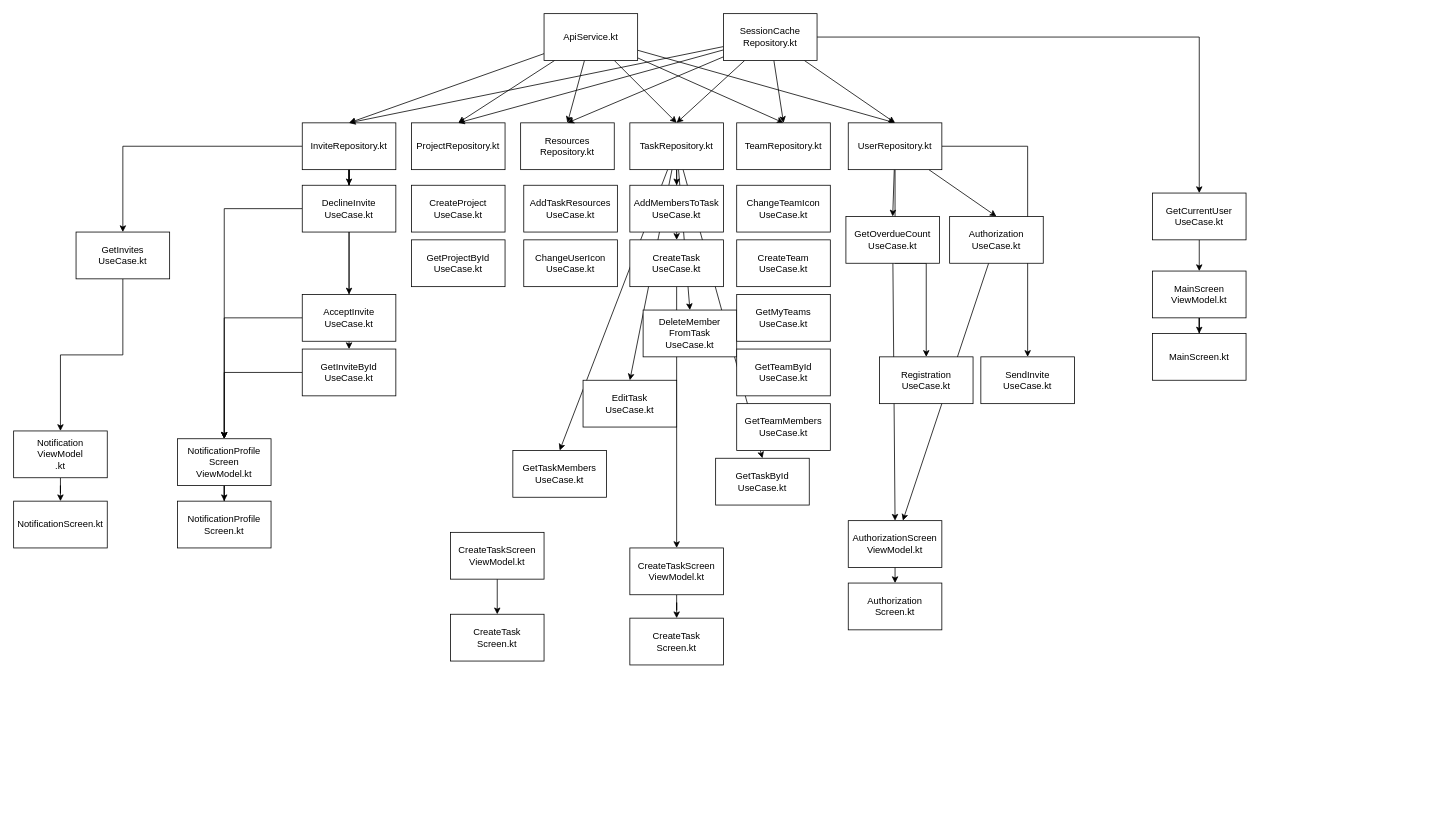
This is UseCase.drawio from ShemenV/TicktMobile, a draw.io file, before an edit. Source tidied: cells renumbered, new cells numbered last; positions are measured from the earlier drawing's top-left corner, leaving out a move shared by most shapes. Both pictures are drawn from the tidied source at 78%, with x=0, y=0 at pixel (13, 13).
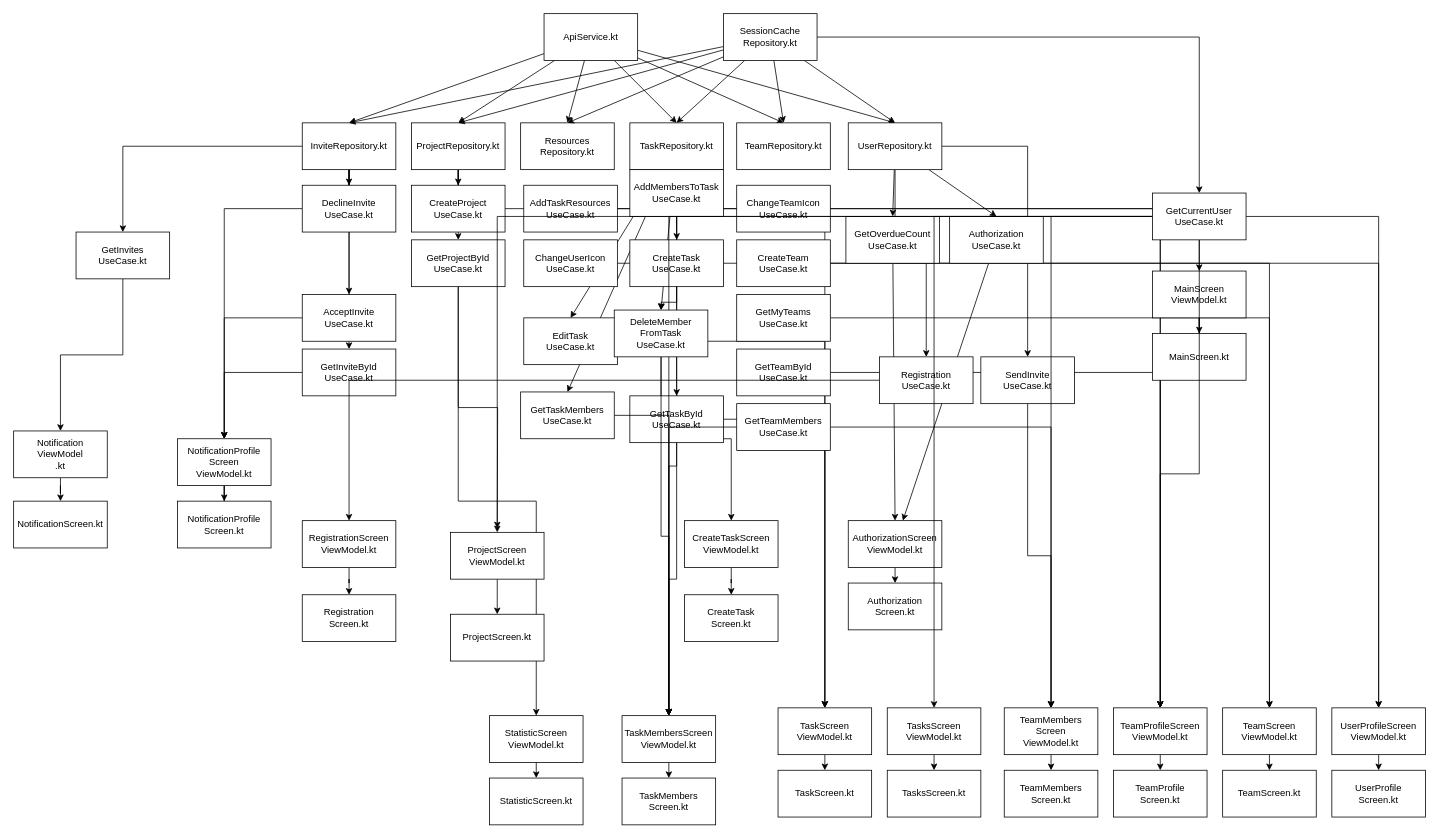
After the change.

Unchanged cells that the change refers to:
```xml
<mxCell id="14" value="ProjectRepository.kt" style="rounded=0;whiteSpace=wrap;html=1;" parent="1" vertex="1">
  <mxGeometry x="510" y="140" width="120" height="60" as="geometry" />
</mxCell>
<mxCell id="46" value="&lt;div&gt;CreateProject&lt;/div&gt;&lt;div&gt;UseCase.kt&lt;/div&gt;" style="rounded=0;whiteSpace=wrap;html=1;" parent="1" vertex="1">
  <mxGeometry x="510" y="220" width="120" height="60" as="geometry" />
</mxCell>
<mxCell id="47" value="&lt;div&gt;GetProjectById&lt;/div&gt;&lt;div&gt;UseCase.kt&lt;/div&gt;" style="rounded=0;whiteSpace=wrap;html=1;" parent="1" vertex="1">
  <mxGeometry x="510" y="290" width="120" height="60" as="geometry" />
</mxCell>
<mxCell id="48" value="&lt;div&gt;AddTaskResources&lt;/div&gt;&lt;div&gt;UseCase.kt&lt;/div&gt;" style="rounded=0;whiteSpace=wrap;html=1;" parent="1" vertex="1">
  <mxGeometry x="654" y="220" width="120" height="60" as="geometry" />
</mxCell>
<mxCell id="49" value="&lt;div&gt;ChangeUserIcon&lt;/div&gt;&lt;div&gt;UseCase.kt&lt;/div&gt;" style="rounded=0;whiteSpace=wrap;html=1;" parent="1" vertex="1">
  <mxGeometry x="654" y="290" width="120" height="60" as="geometry" />
</mxCell>
<mxCell id="52" value="&lt;div&gt;CreateTask&lt;/div&gt;&lt;div&gt;UseCase.kt&lt;/div&gt;" style="rounded=0;whiteSpace=wrap;html=1;" parent="1" vertex="1">
  <mxGeometry x="790" y="290" width="120" height="60" as="geometry" />
</mxCell>
<mxCell id="57" value="&lt;div&gt;ChangeTeamIcon&lt;/div&gt;&lt;div&gt;UseCase.kt&lt;/div&gt;" style="rounded=0;whiteSpace=wrap;html=1;" parent="1" vertex="1">
  <mxGeometry x="927" y="220" width="120" height="60" as="geometry" />
</mxCell>
<mxCell id="58" value="&lt;div&gt;CreateTeam&lt;/div&gt;&lt;div&gt;UseCase.kt&lt;/div&gt;" style="rounded=0;whiteSpace=wrap;html=1;" parent="1" vertex="1">
  <mxGeometry x="927" y="290" width="120" height="60" as="geometry" />
</mxCell>
<mxCell id="59" value="&lt;div&gt;GetMyTeams&lt;/div&gt;&lt;div&gt;UseCase.kt&lt;/div&gt;" style="rounded=0;whiteSpace=wrap;html=1;" parent="1" vertex="1">
  <mxGeometry x="927" y="360" width="120" height="60" as="geometry" />
</mxCell>
<mxCell id="60" value="&lt;div&gt;GetTeamById&lt;/div&gt;&lt;div&gt;UseCase.kt&lt;/div&gt;" style="rounded=0;whiteSpace=wrap;html=1;" parent="1" vertex="1">
  <mxGeometry x="927" y="430" width="120" height="60" as="geometry" />
</mxCell>
<mxCell id="61" value="&lt;div&gt;GetTeamMembers&lt;/div&gt;&lt;div&gt;UseCase.kt&lt;/div&gt;" style="rounded=0;whiteSpace=wrap;html=1;" parent="1" vertex="1">
  <mxGeometry x="927" y="500" width="120" height="60" as="geometry" />
</mxCell>
<mxCell id="64" value="&lt;div&gt;SendInvite&lt;/div&gt;&lt;div&gt;UseCase.kt&lt;/div&gt;" style="rounded=0;whiteSpace=wrap;html=1;" parent="1" vertex="1">
  <mxGeometry x="1240" y="440" width="120" height="60" as="geometry" />
</mxCell>
<mxCell id="67" value="&lt;div&gt;Registration&lt;/div&gt;&lt;div&gt;UseCase.kt&lt;/div&gt;" style="rounded=0;whiteSpace=wrap;html=1;" parent="1" vertex="1">
  <mxGeometry x="1110" y="440" width="120" height="60" as="geometry" />
</mxCell>
<mxCell id="78" value="&lt;div&gt;GetCurrentUser&lt;/div&gt;&lt;div&gt;UseCase.kt&lt;/div&gt;" style="rounded=0;whiteSpace=wrap;html=1;" parent="1" vertex="1">
  <mxGeometry x="1460" y="230" width="120" height="60" as="geometry" />
</mxCell>
```

Diff of the diagram source:
```diff
@@
+    <mxCell id="88" style="edgeStyle=orthogonalEdgeStyle;rounded=0;jettySize=auto;html=1;entryX=0.5;entryY=0;entryDx=0;entryDy=0;" parent="1" edge="1" source="14" target="46">
+      <mxGeometry relative="1" as="geometry" />
+    </mxCell>
+    <mxCell id="89" style="edgeStyle=orthogonalEdgeStyle;rounded=0;jettySize=auto;html=1;entryX=0.5;entryY=0;entryDx=0;entryDy=0;" parent="1" edge="1" source="14" target="47">
+      <mxGeometry relative="1" as="geometry" />
+    </mxCell>
@@
+    <mxCell id="90" style="edgeStyle=orthogonalEdgeStyle;rounded=0;jettySize=auto;html=1;entryX=0.5;entryY=0;entryDx=0;entryDy=0;" parent="1" edge="1" source="46" target="135">
+      <mxGeometry relative="1" as="geometry" />
+    </mxCell>
@@
+    <mxCell id="91" style="edgeStyle=orthogonalEdgeStyle;rounded=0;jettySize=auto;html=1;" parent="1" edge="1" source="47">
+      <mxGeometry relative="1" as="geometry">
+        <mxPoint x="620" y="660" as="targetPoint" />
+      </mxGeometry>
+    </mxCell>
+    <mxCell id="92" style="edgeStyle=orthogonalEdgeStyle;rounded=0;jettySize=auto;html=1;entryX=0.5;entryY=0;entryDx=0;entryDy=0;" parent="1" edge="1" source="47" target="118">
+      <mxGeometry relative="1" as="geometry" />
+    </mxCell>
@@
+    <mxCell id="93" style="edgeStyle=orthogonalEdgeStyle;rounded=0;jettySize=auto;html=1;entryX=0.5;entryY=0;entryDx=0;entryDy=0;" parent="1" edge="1" source="48" target="124">
+      <mxGeometry relative="1" as="geometry" />
+    </mxCell>
@@
+    <mxCell id="94" style="edgeStyle=orthogonalEdgeStyle;rounded=0;jettySize=auto;html=1;entryX=0.5;entryY=0;entryDx=0;entryDy=0;" parent="1" edge="1" source="49" target="141">
+      <mxGeometry relative="1" as="geometry" />
+    </mxCell>
@@
+    <mxCell id="95" style="edgeStyle=orthogonalEdgeStyle;rounded=0;jettySize=auto;html=1;entryX=0.5;entryY=0;entryDx=0;entryDy=0;" parent="1" edge="1" source="50" target="121">
+      <mxGeometry relative="1" as="geometry" />
+    </mxCell>
     <mxCell id="50" value="&lt;div&gt;AddMembersToTask&lt;/div&gt;&lt;div&gt;UseCase.kt&lt;/div&gt;" style="rounded=0;whiteSpace=wrap;html=1;" parent="1" vertex="1">
-      <mxGeometry x="790" y="220" width="120" height="60" as="geometry" />
+      <mxGeometry x="790" y="200" width="120" height="60" as="geometry" />
     </mxCell>
-    <mxCell id="51" style="edgeStyle=orthogonalEdgeStyle;rounded=0;jettySize=auto;html=1;entryX=0.5;entryY=0;entryDx=0;entryDy=0;" parent="1" edge="1" source="52" target="72">
+    <mxCell id="51" style="edgeStyle=orthogonalEdgeStyle;rounded=0;jettySize=auto;html=1;entryX=0.5;entryY=0;entryDx=0;entryDy=0;" parent="1" edge="1" source="53" target="72">
       <mxGeometry relative="1" as="geometry" />
     </mxCell>
@@
-    <mxCell id="53" value="&lt;div&gt;DeleteMember&lt;/div&gt;&lt;div&gt;FromTask&lt;/div&gt;&lt;div&gt;UseCase.kt&lt;/div&gt;" style="rounded=0;whiteSpace=wrap;html=1;" parent="1" vertex="1">
-      <mxGeometry x="807" y="380" width="120" height="60" as="geometry" />
-    </mxCell>
+    <mxCell id="96" style="edgeStyle=orthogonalEdgeStyle;rounded=0;jettySize=auto;html=1;entryX=0.5;entryY=0;entryDx=0;entryDy=0;" parent="1" edge="1" source="54" target="124">
+      <mxGeometry relative="1" as="geometry" />
+    </mxCell>
     <mxCell id="54" value="&lt;div&gt;EditTask&lt;/div&gt;&lt;div&gt;UseCase.kt&lt;/div&gt;" style="rounded=0;whiteSpace=wrap;html=1;" parent="1" vertex="1">
-      <mxGeometry x="730" y="470" width="120" height="60" as="geometry" />
+      <mxGeometry x="654" y="390" width="120" height="60" as="geometry" />
     </mxCell>
+    <mxCell id="97" style="edgeStyle=orthogonalEdgeStyle;rounded=0;jettySize=auto;html=1;entryX=0.5;entryY=0;entryDx=0;entryDy=0;" parent="1" edge="1" source="55" target="121">
+      <mxGeometry relative="1" as="geometry" />
+    </mxCell>
+    <mxCell id="98" style="edgeStyle=orthogonalEdgeStyle;rounded=0;jettySize=auto;html=1;entryX=0.5;entryY=0;entryDx=0;entryDy=0;" parent="1" edge="1" source="55" target="124">
+      <mxGeometry relative="1" as="geometry" />
+    </mxCell>
     <mxCell id="55" value="&lt;div&gt;GetTaskById&lt;/div&gt;&lt;div&gt;UseCase.kt&lt;/div&gt;" style="rounded=0;whiteSpace=wrap;html=1;" parent="1" vertex="1">
-      <mxGeometry x="900" y="570" width="120" height="60" as="geometry" />
+      <mxGeometry x="790" y="490" width="120" height="60" as="geometry" />
     </mxCell>
+    <mxCell id="99" style="edgeStyle=orthogonalEdgeStyle;rounded=0;jettySize=auto;html=1;entryX=0.5;entryY=0;entryDx=0;entryDy=0;" parent="1" edge="1" source="56" target="121">
+      <mxGeometry relative="1" as="geometry" />
+    </mxCell>
     <mxCell id="56" value="&lt;div&gt;GetTaskMembers&lt;/div&gt;&lt;div&gt;UseCase.kt&lt;/div&gt;" style="rounded=0;whiteSpace=wrap;html=1;" parent="1" vertex="1">
-      <mxGeometry x="640" y="560" width="120" height="60" as="geometry" />
+      <mxGeometry x="650" y="485" width="120" height="60" as="geometry" />
     </mxCell>
+    <mxCell id="100" style="edgeStyle=orthogonalEdgeStyle;rounded=0;jettySize=auto;html=1;entryX=0.5;entryY=0;entryDx=0;entryDy=0;" parent="1" edge="1" source="57" target="135">
+      <mxGeometry relative="1" as="geometry" />
+    </mxCell>
@@
+    <mxCell id="101" style="edgeStyle=orthogonalEdgeStyle;rounded=0;jettySize=auto;html=1;entryX=0.5;entryY=0;entryDx=0;entryDy=0;" parent="1" edge="1" source="58" target="138">
+      <mxGeometry relative="1" as="geometry" />
+    </mxCell>
@@
+    <mxCell id="102" style="edgeStyle=orthogonalEdgeStyle;rounded=0;jettySize=auto;html=1;entryX=0.5;entryY=0;entryDx=0;entryDy=0;" parent="1" edge="1" source="59" target="138">
+      <mxGeometry relative="1" as="geometry" />
+    </mxCell>
@@
+    <mxCell id="103" style="edgeStyle=orthogonalEdgeStyle;rounded=0;jettySize=auto;html=1;entryX=0.5;entryY=0;entryDx=0;entryDy=0;" parent="1" edge="1" source="60" target="135">
+      <mxGeometry relative="1" as="geometry" />
+    </mxCell>
@@
+    <mxCell id="104" style="edgeStyle=orthogonalEdgeStyle;rounded=0;jettySize=auto;html=1;entryX=0.5;entryY=0;entryDx=0;entryDy=0;" parent="1" edge="1" source="61" target="121">
+      <mxGeometry relative="1" as="geometry" />
+    </mxCell>
+    <mxCell id="105" style="edgeStyle=orthogonalEdgeStyle;rounded=0;jettySize=auto;html=1;entryX=0.5;entryY=0;entryDx=0;entryDy=0;" parent="1" edge="1" source="61" target="132">
+      <mxGeometry relative="1" as="geometry" />
+    </mxCell>
@@
+    <mxCell id="106" style="edgeStyle=orthogonalEdgeStyle;rounded=0;jettySize=auto;html=1;entryX=0.5;entryY=0;entryDx=0;entryDy=0;" parent="1" edge="1" source="64" target="132">
+      <mxGeometry relative="1" as="geometry" />
+    </mxCell>
@@
+    <mxCell id="107" style="edgeStyle=orthogonalEdgeStyle;rounded=0;jettySize=auto;html=1;entryX=0.5;entryY=0;entryDx=0;entryDy=0;" parent="1" edge="1" source="67" target="115">
+      <mxGeometry relative="1" as="geometry" />
+    </mxCell>
@@
     <mxCell id="72" value="&lt;div&gt;CreateTaskScreen&lt;/div&gt;&lt;div&gt;ViewModel.kt&lt;/div&gt;" style="rounded=0;whiteSpace=wrap;html=1;" parent="1" vertex="1">
-      <mxGeometry x="790" y="685" width="120" height="60" as="geometry" />
+      <mxGeometry x="860" y="650" width="120" height="60" as="geometry" />
     </mxCell>
     <mxCell id="73" value="&lt;div&gt;CreateTask&lt;/div&gt;&lt;div&gt;Screen.kt&lt;/div&gt;" style="whiteSpace=wrap;html=1;rounded=0;" parent="1" vertex="1">
-      <mxGeometry x="790" y="775" width="120" height="60" as="geometry" />
+      <mxGeometry x="860" y="745" width="120" height="60" as="geometry" />
     </mxCell>
@@
+    <mxCell id="108" style="edgeStyle=orthogonalEdgeStyle;rounded=0;jettySize=auto;html=1;entryX=0.5;entryY=0;entryDx=0;entryDy=0;" parent="1" edge="1" source="78" target="83">
+      <mxGeometry relative="1" as="geometry" />
+    </mxCell>
+    <mxCell id="109" style="edgeStyle=orthogonalEdgeStyle;rounded=0;jettySize=auto;html=1;entryX=0.5;entryY=0;entryDx=0;entryDy=0;" parent="1" edge="1" source="78" target="121">
+      <mxGeometry relative="1" as="geometry" />
+    </mxCell>
+    <mxCell id="110" style="edgeStyle=orthogonalEdgeStyle;rounded=0;jettySize=auto;html=1;entryX=0.5;entryY=0;entryDx=0;entryDy=0;" parent="1" edge="1" source="78" target="129">
+      <mxGeometry relative="1" as="geometry" />
+    </mxCell>
+    <mxCell id="111" style="edgeStyle=orthogonalEdgeStyle;rounded=0;jettySize=auto;html=1;entryX=0.5;entryY=0;entryDx=0;entryDy=0;" parent="1" edge="1" source="78" target="132">
+      <mxGeometry relative="1" as="geometry" />
+    </mxCell>
+    <mxCell id="112" style="edgeStyle=orthogonalEdgeStyle;rounded=0;jettySize=auto;html=1;entryX=0.5;entryY=0;entryDx=0;entryDy=0;" parent="1" edge="1" source="78" target="135">
+      <mxGeometry relative="1" as="geometry" />
+    </mxCell>
+    <mxCell id="113" style="edgeStyle=orthogonalEdgeStyle;rounded=0;jettySize=auto;html=1;entryX=0.5;entryY=0;entryDx=0;entryDy=0;" parent="1" edge="1" source="78" target="141">
+      <mxGeometry relative="1" as="geometry" />
+    </mxCell>
@@
-    <mxCell id="83" value="&lt;div&gt;CreateTaskScreen&lt;/div&gt;&lt;div&gt;ViewModel.kt&lt;/div&gt;" style="rounded=0;whiteSpace=wrap;html=1;" parent="1" vertex="1">
+    <mxCell id="83" value="&lt;div&gt;ProjectScreen&lt;/div&gt;&lt;div&gt;ViewModel.kt&lt;/div&gt;" style="rounded=0;whiteSpace=wrap;html=1;" parent="1" vertex="1">
       <mxGeometry x="560" y="665" width="120" height="60" as="geometry" />
     </mxCell>
-    <mxCell id="84" value="&lt;div&gt;CreateTask&lt;/div&gt;&lt;div&gt;Screen.kt&lt;/div&gt;" style="whiteSpace=wrap;html=1;rounded=0;" parent="1" vertex="1">
+    <mxCell id="84" value="&lt;div&gt;ProjectScreen.kt&lt;/div&gt;" style="whiteSpace=wrap;html=1;rounded=0;" parent="1" vertex="1">
       <mxGeometry x="560" y="770" width="120" height="60" as="geometry" />
     </mxCell>
@@
+    <mxCell id="114" style="edgeStyle=orthogonalEdgeStyle;rounded=0;jettySize=auto;html=1;" parent="1" edge="1" source="115" target="116">
+      <mxGeometry relative="1" as="geometry" />
+    </mxCell>
+    <mxCell id="115" value="&lt;div&gt;RegistrationScreen&lt;/div&gt;&lt;div&gt;ViewModel.kt&lt;/div&gt;" style="rounded=0;whiteSpace=wrap;html=1;" parent="1" vertex="1">
+      <mxGeometry x="370" y="650" width="120" height="60" as="geometry" />
+    </mxCell>
+    <mxCell id="116" value="&lt;div&gt;Registration&lt;/div&gt;&lt;div&gt;Screen.kt&lt;/div&gt;" style="whiteSpace=wrap;html=1;rounded=0;" parent="1" vertex="1">
+      <mxGeometry x="370" y="745" width="120" height="60" as="geometry" />
+    </mxCell>
+    <mxCell id="117" style="rounded=0;jettySize=auto;html=1;entryX=0.5;entryY=0;entryDx=0;entryDy=0;" parent="1" edge="1" source="118" target="119">
+      <mxGeometry relative="1" as="geometry" />
+    </mxCell>
+    <mxCell id="118" value="&lt;div&gt;StatisticScreen&lt;/div&gt;&lt;div&gt;ViewModel.kt&lt;/div&gt;" style="rounded=0;whiteSpace=wrap;html=1;" parent="1" vertex="1">
+      <mxGeometry x="610" y="900" width="120" height="60" as="geometry" />
+    </mxCell>
+    <mxCell id="119" value="StatisticScreen.kt" style="rounded=0;whiteSpace=wrap;html=1;" parent="1" vertex="1">
+      <mxGeometry x="610" y="980" width="120" height="60" as="geometry" />
+    </mxCell>
+    <mxCell id="120" style="rounded=0;jettySize=auto;html=1;entryX=0.5;entryY=0;entryDx=0;entryDy=0;" parent="1" edge="1" source="121" target="122">
+      <mxGeometry relative="1" as="geometry" />
+    </mxCell>
+    <mxCell id="121" value="&lt;div&gt;TaskMembersScreen&lt;/div&gt;&lt;div&gt;ViewModel.kt&lt;/div&gt;" style="rounded=0;whiteSpace=wrap;html=1;" parent="1" vertex="1">
+      <mxGeometry x="780" y="900" width="120" height="60" as="geometry" />
+    </mxCell>
+    <mxCell id="122" value="&lt;div&gt;TaskMembers&lt;/div&gt;&lt;div&gt;Screen.kt&lt;/div&gt;" style="rounded=0;whiteSpace=wrap;html=1;" parent="1" vertex="1">
+      <mxGeometry x="780" y="980" width="120" height="60" as="geometry" />
+    </mxCell>
+    <mxCell id="123" style="rounded=0;jettySize=auto;html=1;entryX=0.5;entryY=0;entryDx=0;entryDy=0;" parent="1" edge="1" source="124" target="125">
+      <mxGeometry relative="1" as="geometry" />
+    </mxCell>
+    <mxCell id="124" value="&lt;div&gt;TaskScreen&lt;/div&gt;&lt;div&gt;ViewModel.kt&lt;/div&gt;" style="rounded=0;whiteSpace=wrap;html=1;" parent="1" vertex="1">
+      <mxGeometry x="980" y="890" width="120" height="60" as="geometry" />
+    </mxCell>
+    <mxCell id="125" value="TaskScreen.kt" style="rounded=0;whiteSpace=wrap;html=1;" parent="1" vertex="1">
+      <mxGeometry x="980" y="970" width="120" height="60" as="geometry" />
+    </mxCell>
+    <mxCell id="126" style="edgeStyle=orthogonalEdgeStyle;rounded=0;jettySize=auto;html=1;entryX=0.5;entryY=0;entryDx=0;entryDy=0;" parent="1" edge="1" source="52" target="53">
+      <mxGeometry relative="1" as="geometry" />
+    </mxCell>
+    <mxCell id="127" style="edgeStyle=orthogonalEdgeStyle;rounded=0;jettySize=auto;html=1;entryX=0.5;entryY=0;entryDx=0;entryDy=0;" parent="1" edge="1" source="53" target="121">
+      <mxGeometry relative="1" as="geometry" />
+    </mxCell>
+    <mxCell id="53" value="&lt;div&gt;DeleteMember&lt;/div&gt;&lt;div&gt;FromTask&lt;/div&gt;&lt;div&gt;UseCase.kt&lt;/div&gt;" style="rounded=0;whiteSpace=wrap;html=1;" parent="1" vertex="1">
+      <mxGeometry x="770" y="380" width="120" height="60" as="geometry" />
+    </mxCell>
+    <mxCell id="128" style="rounded=0;jettySize=auto;html=1;entryX=0.5;entryY=0;entryDx=0;entryDy=0;" parent="1" edge="1" source="129" target="130">
+      <mxGeometry relative="1" as="geometry" />
+    </mxCell>
+    <mxCell id="129" value="&lt;div&gt;TasksScreen&lt;/div&gt;&lt;div&gt;ViewModel.kt&lt;/div&gt;" style="rounded=0;whiteSpace=wrap;html=1;" parent="1" vertex="1">
+      <mxGeometry x="1120" y="890" width="120" height="60" as="geometry" />
+    </mxCell>
+    <mxCell id="130" value="TasksScreen.kt" style="rounded=0;whiteSpace=wrap;html=1;" parent="1" vertex="1">
+      <mxGeometry x="1120" y="970" width="120" height="60" as="geometry" />
+    </mxCell>
+    <mxCell id="131" style="rounded=0;jettySize=auto;html=1;entryX=0.5;entryY=0;entryDx=0;entryDy=0;" parent="1" edge="1" source="132" target="133">
+      <mxGeometry relative="1" as="geometry" />
+    </mxCell>
+    <mxCell id="132" value="&lt;div&gt;TeamMembers&lt;/div&gt;&lt;div&gt;Screen&lt;/div&gt;&lt;div&gt;ViewModel.kt&lt;/div&gt;" style="rounded=0;whiteSpace=wrap;html=1;" parent="1" vertex="1">
+      <mxGeometry x="1270" y="890" width="120" height="60" as="geometry" />
+    </mxCell>
+    <mxCell id="133" value="&lt;div&gt;TeamMembers&lt;/div&gt;&lt;div&gt;Screen.kt&lt;/div&gt;" style="rounded=0;whiteSpace=wrap;html=1;" parent="1" vertex="1">
+      <mxGeometry x="1270" y="970" width="120" height="60" as="geometry" />
+    </mxCell>
+    <mxCell id="134" style="rounded=0;jettySize=auto;html=1;entryX=0.5;entryY=0;entryDx=0;entryDy=0;" parent="1" edge="1" source="135" target="136">
+      <mxGeometry relative="1" as="geometry" />
+    </mxCell>
+    <mxCell id="135" value="&lt;div&gt;TeamProfileScreen&lt;/div&gt;&lt;div&gt;ViewModel.kt&lt;/div&gt;" style="rounded=0;whiteSpace=wrap;html=1;" parent="1" vertex="1">
+      <mxGeometry x="1410" y="890" width="120" height="60" as="geometry" />
+    </mxCell>
+    <mxCell id="136" value="&lt;div&gt;TeamProfile&lt;/div&gt;&lt;div&gt;Screen.kt&lt;/div&gt;" style="rounded=0;whiteSpace=wrap;html=1;" parent="1" vertex="1">
+      <mxGeometry x="1410" y="970" width="120" height="60" as="geometry" />
+    </mxCell>
+    <mxCell id="137" style="rounded=0;jettySize=auto;html=1;entryX=0.5;entryY=0;entryDx=0;entryDy=0;" parent="1" edge="1" source="138" target="139">
+      <mxGeometry relative="1" as="geometry" />
+    </mxCell>
+    <mxCell id="138" value="&lt;div&gt;TeamScreen&lt;/div&gt;&lt;div&gt;ViewModel.kt&lt;/div&gt;" style="rounded=0;whiteSpace=wrap;html=1;" parent="1" vertex="1">
+      <mxGeometry x="1550" y="890" width="120" height="60" as="geometry" />
+    </mxCell>
+    <mxCell id="139" value="TeamScreen.kt" style="rounded=0;whiteSpace=wrap;html=1;" parent="1" vertex="1">
+      <mxGeometry x="1550" y="970" width="120" height="60" as="geometry" />
+    </mxCell>
+    <mxCell id="140" style="rounded=0;jettySize=auto;html=1;entryX=0.5;entryY=0;entryDx=0;entryDy=0;" parent="1" edge="1" source="141" target="142">
+      <mxGeometry relative="1" as="geometry" />
+    </mxCell>
+    <mxCell id="141" value="&lt;div&gt;UserProfileScreen&lt;/div&gt;&lt;div&gt;ViewModel.kt&lt;/div&gt;" style="rounded=0;whiteSpace=wrap;html=1;" parent="1" vertex="1">
+      <mxGeometry x="1690" y="890" width="120" height="60" as="geometry" />
+    </mxCell>
+    <mxCell id="142" value="&lt;div&gt;UserProfile&lt;/div&gt;&lt;div&gt;Screen.kt&lt;/div&gt;" style="rounded=0;whiteSpace=wrap;html=1;" parent="1" vertex="1">
+      <mxGeometry x="1690" y="970" width="120" height="60" as="geometry" />
+    </mxCell>
```
